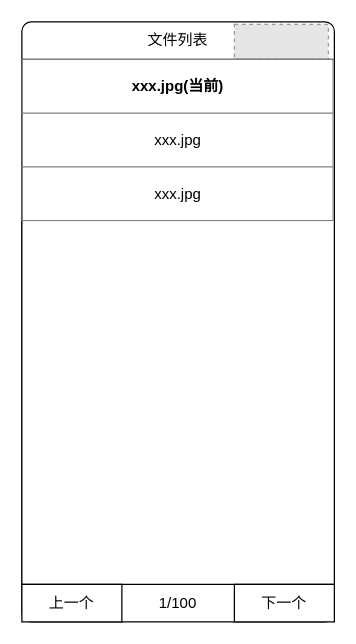
Above: ui/文件列表.drawio in buildm/draw.io (draw.io), before the change. Source tidied: cells renumbered, new cells numbered last; positions are measured from the earlier drawing's top-left corner, leaving out a move shared by most shapes. Both pictures are drawn from the tidied source at 125%, with x=0, y=0 at pixel (21, 21). Pictures stored in the file or linked from it are replaced by grey dashed boxes.
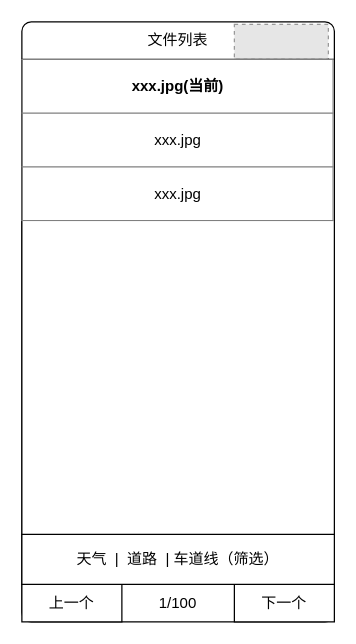
The same diagram, later.

Commit message:
更新文件列表.drawio

The edit, as a diff of the source:
```diff
@@
 <mxGraphModel>
   <root>
     <mxCell id="0" />
     <mxCell id="1" parent="0" />
     <mxCell id="2" style="rounded=1;whiteSpace=wrap;html=1;arcSize=3;" parent="1" vertex="1">
       <mxGeometry width="250" height="480" as="geometry" />
     </mxCell>
     <mxCell id="3" style="fillColor=#E6E6E6;strokeColor=#999999;dashed=1;verticalLabelPosition=bottom;labelBackgroundColor=default;verticalAlign=top;" parent="1" vertex="1">
       <mxGeometry x="170" y="2" width="75.2" height="28" as="geometry" />
     </mxCell>
     <mxCell id="4" value="文件列表" style="text;html=1;strokeColor=none;fillColor=none;align=center;verticalAlign=middle;whiteSpace=wrap;rounded=0;" parent="1" vertex="1">
       <mxGeometry x="95" width="60" height="30" as="geometry" />
     </mxCell>
     <mxCell id="5" style="rounded=0;whiteSpace=wrap;html=1;" parent="1" vertex="1">
       <mxGeometry y="30" width="250" height="420" as="geometry" />
     </mxCell>
     <mxCell id="6" value="上一个" style="rounded=0;whiteSpace=wrap;html=1;" parent="1" vertex="1">
       <mxGeometry y="450" width="80" height="30" as="geometry" />
     </mxCell>
     <mxCell id="7" value="下一个" style="rounded=0;whiteSpace=wrap;html=1;" parent="1" vertex="1">
       <mxGeometry x="170" y="450" width="80" height="30" as="geometry" />
     </mxCell>
     <mxCell id="8" value="1/100" style="text;html=1;strokeColor=none;fillColor=none;align=center;verticalAlign=middle;whiteSpace=wrap;rounded=0;" parent="1" vertex="1">
       <mxGeometry x="95" y="450" width="60" height="30" as="geometry" />
     </mxCell>
     <mxCell id="9" value="&lt;table border=&quot;1&quot; width=&quot;100%&quot; height=&quot;100%&quot; cellpadding=&quot;4&quot; style=&quot;width:100%;height:100%;border-collapse:collapse;&quot;&gt;&lt;tbody&gt;&lt;tr&gt;&lt;th align=&quot;center&quot;&gt;&lt;b&gt;xxx.jpg(当前)&lt;/b&gt;&lt;/th&gt;&lt;/tr&gt;&lt;tr&gt;&lt;td align=&quot;center&quot;&gt;xxx.jpg&lt;/td&gt;&lt;/tr&gt;&lt;tr&gt;&lt;td align=&quot;center&quot;&gt;xxx.jpg&lt;/td&gt;&lt;/tr&gt;&lt;/tbody&gt;&lt;/table&gt;" style="text;html=1;whiteSpace=wrap;strokeColor=none;fillColor=none;overflow=fill;" parent="1" vertex="1">
       <mxGeometry y="30" width="250" height="130" as="geometry" />
     </mxCell>
+    <mxCell id="10" value="天气&amp;nbsp; |&amp;nbsp; 道路&amp;nbsp; | 车道线（筛选）" style="rounded=0;whiteSpace=wrap;html=1;" parent="1" vertex="1">
+      <mxGeometry y="410" width="250" height="40" as="geometry" />
+    </mxCell>
   </root>
 </mxGraphModel>
```
